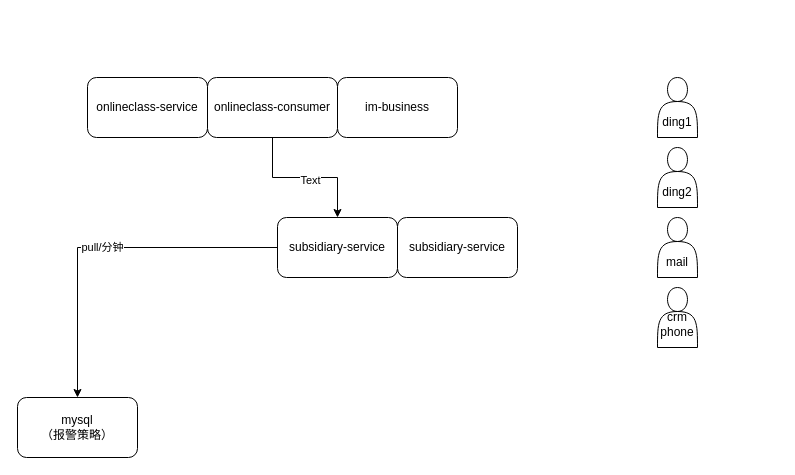
This is 报警系统.drawio from xiell2016/hetaoDesign, a draw.io file, before an edit. Source tidied: cells renumbered, new cells numbered last; positions are measured from the earlier drawing's top-left corner, leaving out a move shared by most shapes. Both pictures are drawn from the tidied source at 100%, with x=0, y=0 at pixel (17, 77).
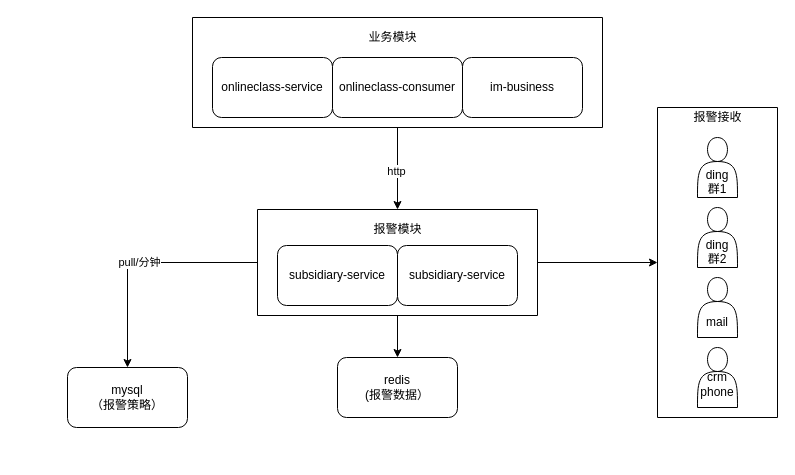
The same page after the edit.

Commit message (it also covers changes not shown here):
更新报警系统.drawio

Change to the diagram source:
```diff
@@
-    <mxCell id="2" value="pull/分钟" style="edgeStyle=orthogonalEdgeStyle;rounded=0;jettySize=auto;html=1;exitX=0;exitY=0.5;exitDx=0;exitDy=0;entryX=0.5;entryY=0;entryDx=0;entryDy=0;" parent="1" edge="1" source="3" target="5">
+    <mxCell id="2" value="pull/分钟" style="edgeStyle=orthogonalEdgeStyle;rounded=0;jettySize=auto;html=1;entryX=0.5;entryY=0;entryDx=0;entryDy=0;exitX=0;exitY=0.5;exitDx=0;exitDy=0;" parent="1" edge="1" source="21" target="5">
       <mxGeometry relative="1" as="geometry" />
     </mxCell>
     <mxCell id="3" value="&lt;span&gt;subsidiary-service&lt;/span&gt;" style="rounded=1;whiteSpace=wrap;html=1;" parent="1" vertex="1">
-      <mxGeometry x="260" y="140" width="120" height="60" as="geometry" />
+      <mxGeometry x="260" y="168" width="120" height="60" as="geometry" />
     </mxCell>
     <mxCell id="4" value="&lt;span&gt;subsidiary-service&lt;/span&gt;" style="rounded=1;whiteSpace=wrap;html=1;" parent="1" vertex="1">
-      <mxGeometry x="380" y="140" width="120" height="60" as="geometry" />
+      <mxGeometry x="380" y="168" width="120" height="60" as="geometry" />
     </mxCell>
     <mxCell id="5" value="mysql&lt;br&gt;（报警策略）" style="rounded=1;whiteSpace=wrap;html=1;" parent="1" vertex="1">
-      <mxGeometry y="320" width="120" height="60" as="geometry" />
+      <mxGeometry x="50" y="290" width="120" height="60" as="geometry" />
     </mxCell>
     <mxCell id="6" value="&lt;span&gt;onlineclass-service&lt;/span&gt;" style="rounded=1;whiteSpace=wrap;html=1;" parent="1" vertex="1">
-      <mxGeometry x="70" width="120" height="60" as="geometry" />
+      <mxGeometry x="195" y="-20" width="120" height="60" as="geometry" />
     </mxCell>
-    <mxCell id="7" style="edgeStyle=orthogonalEdgeStyle;rounded=0;jettySize=auto;html=1;" parent="1" edge="1" source="9" target="3">
+    <mxCell id="7" style="edgeStyle=orthogonalEdgeStyle;rounded=0;jettySize=auto;html=1;exitX=0.5;exitY=1;exitDx=0;exitDy=0;entryX=0.5;entryY=0;entryDx=0;entryDy=0;" parent="1" edge="1" source="17" target="21">
       <mxGeometry relative="1" as="geometry" />
     </mxCell>
-    <mxCell id="8" value="Text" style="edgeLabel;html=1;align=center;verticalAlign=middle;" parent="7" vertex="1">
+    <mxCell id="8" value="http" style="edgeLabel;html=1;align=center;verticalAlign=middle;" parent="7" vertex="1">
       <mxGeometry x="0.06" y="-2" relative="1" as="geometry" />
     </mxCell>
     <mxCell id="9" value="&lt;span&gt;onlineclass-consumer&lt;/span&gt;" style="rounded=1;whiteSpace=wrap;html=1;" parent="1" vertex="1">
-      <mxGeometry x="190" width="130" height="60" as="geometry" />
+      <mxGeometry x="315" y="-20" width="130" height="60" as="geometry" />
     </mxCell>
     <mxCell id="10" value="&lt;span&gt;im-business&lt;/span&gt;" style="rounded=1;whiteSpace=wrap;html=1;" parent="1" vertex="1">
-      <mxGeometry x="320" width="120" height="60" as="geometry" />
+      <mxGeometry x="445" y="-20" width="120" height="60" as="geometry" />
     </mxCell>
-    <mxCell id="11" value="&lt;br&gt;&lt;br&gt;ding2" style="shape=actor;whiteSpace=wrap;html=1;" parent="1" vertex="1">
-      <mxGeometry x="640" y="70" width="40" height="60" as="geometry" />
+    <mxCell id="11" value="&lt;br&gt;&lt;br&gt;ding&lt;br&gt;群2" style="shape=actor;whiteSpace=wrap;html=1;" parent="1" vertex="1">
+      <mxGeometry x="680" y="130" width="40" height="60" as="geometry" />
     </mxCell>
     <mxCell id="12" value="&lt;br&gt;&lt;br&gt;mail" style="shape=actor;whiteSpace=wrap;html=1;" parent="1" vertex="1">
-      <mxGeometry x="640" y="140" width="40" height="60" as="geometry" />
+      <mxGeometry x="680" y="200" width="40" height="60" as="geometry" />
     </mxCell>
     <mxCell id="13" value="&lt;br&gt;crm&lt;br&gt;phone" style="shape=actor;whiteSpace=wrap;html=1;" parent="1" vertex="1">
-      <mxGeometry x="640" y="210" width="40" height="60" as="geometry" />
+      <mxGeometry x="680" y="270" width="40" height="60" as="geometry" />
     </mxCell>
-    <mxCell id="14" value="&lt;br&gt;&lt;br&gt;ding1" style="shape=actor;whiteSpace=wrap;html=1;" parent="1" vertex="1">
-      <mxGeometry x="640" width="40" height="60" as="geometry" />
+    <mxCell id="14" value="&lt;br&gt;&lt;br&gt;ding&lt;br&gt;群1" style="shape=actor;whiteSpace=wrap;html=1;" parent="1" vertex="1">
+      <mxGeometry x="680" y="60" width="40" height="60" as="geometry" />
     </mxCell>
+    <mxCell id="15" style="swimlane;startSize=0;" parent="1" vertex="1">
+      <mxGeometry x="640" y="30" width="120" height="310" as="geometry" />
+    </mxCell>
+    <mxCell id="16" value="报警接收" style="text;html=1;align=center;verticalAlign=middle;strokeColor=none;" parent="1" vertex="1">
+      <mxGeometry x="670" y="30" width="60" height="20" as="geometry" />
+    </mxCell>
+    <mxCell id="17" style="swimlane;startSize=0;" parent="1" vertex="1">
+      <mxGeometry x="175" y="-60" width="410" height="110" as="geometry" />
+    </mxCell>
+    <mxCell id="18" value="业务模块" style="text;html=1;align=center;verticalAlign=middle;strokeColor=none;" parent="1" vertex="1">
+      <mxGeometry x="345" y="-50" width="60" height="20" as="geometry" />
+    </mxCell>
+    <mxCell id="19" style="edgeStyle=orthogonalEdgeStyle;rounded=0;jettySize=auto;html=1;exitX=1;exitY=0.5;exitDx=0;exitDy=0;entryX=0;entryY=0.5;entryDx=0;entryDy=0;" parent="1" edge="1" source="21" target="15">
+      <mxGeometry relative="1" as="geometry" />
+    </mxCell>
+    <mxCell id="20" style="edgeStyle=orthogonalEdgeStyle;rounded=0;jettySize=auto;html=1;exitX=0.5;exitY=1;exitDx=0;exitDy=0;entryX=0.5;entryY=0;entryDx=0;entryDy=0;" parent="1" edge="1" source="21" target="23">
+      <mxGeometry relative="1" as="geometry" />
+    </mxCell>
+    <mxCell id="21" style="swimlane;startSize=0;" parent="1" vertex="1">
+      <mxGeometry x="240" y="132" width="280" height="106" as="geometry" />
+    </mxCell>
+    <mxCell id="22" value="报警模块" style="text;html=1;align=center;verticalAlign=middle;strokeColor=none;" parent="21" vertex="1">
+      <mxGeometry x="110" y="10" width="60" height="20" as="geometry" />
+    </mxCell>
+    <mxCell id="23" value="redis&lt;br&gt;(报警数据）" style="rounded=1;whiteSpace=wrap;html=1;" parent="1" vertex="1">
+      <mxGeometry x="320" y="280" width="120" height="60" as="geometry" />
+    </mxCell>
```
